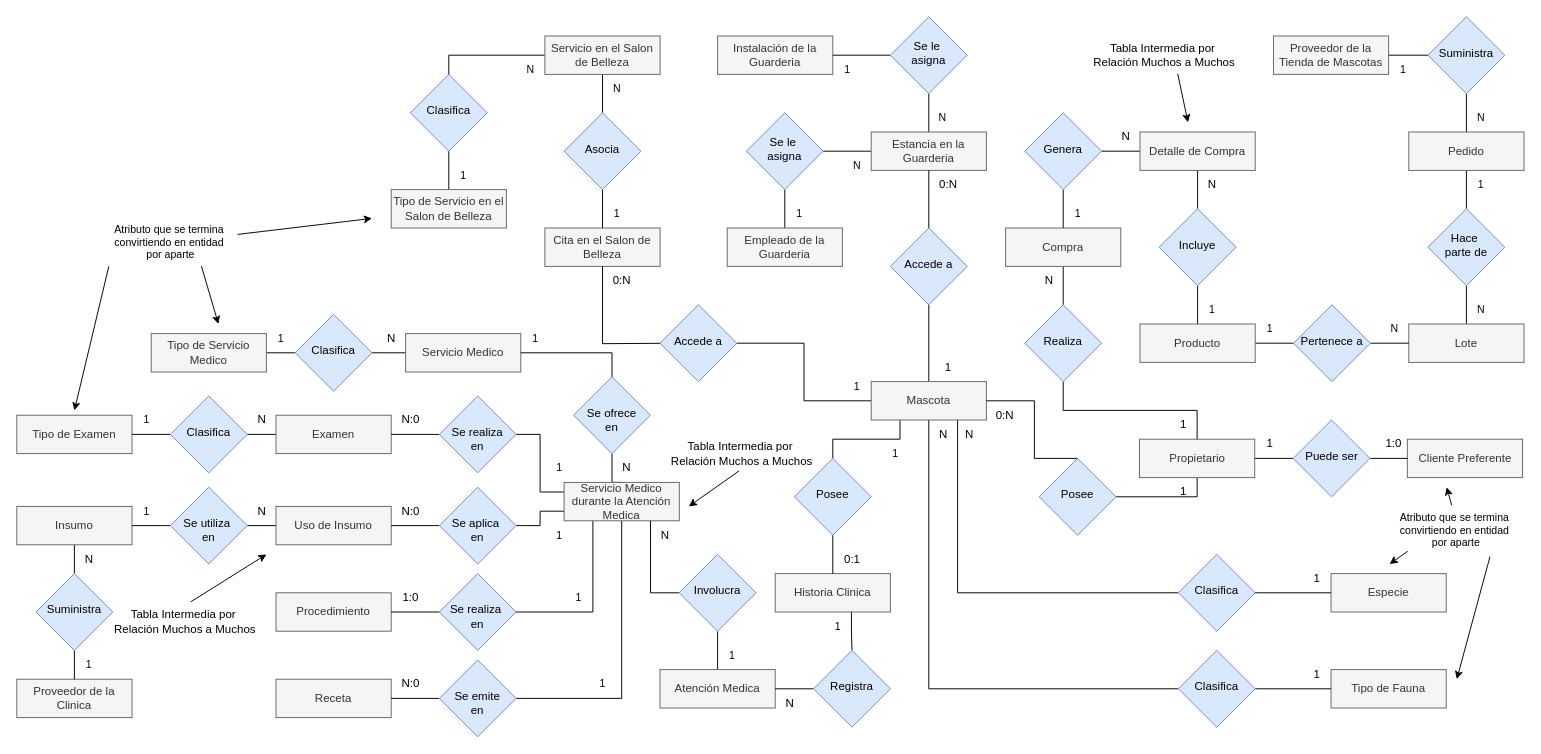
Earlier version of the draw.io diagram Diagrama Proyecto Final Bases de datos.drawio (JhonatanTH7/ProyectoFinal-BasesDeDatos-ITM). Source tidied: cells renumbered, new cells numbered last; positions are measured from the earlier drawing's top-left corner, leaving out a move shared by most shapes. Both pictures are drawn from the tidied source at 96%, with x=0, y=0 at pixel (16, 16).
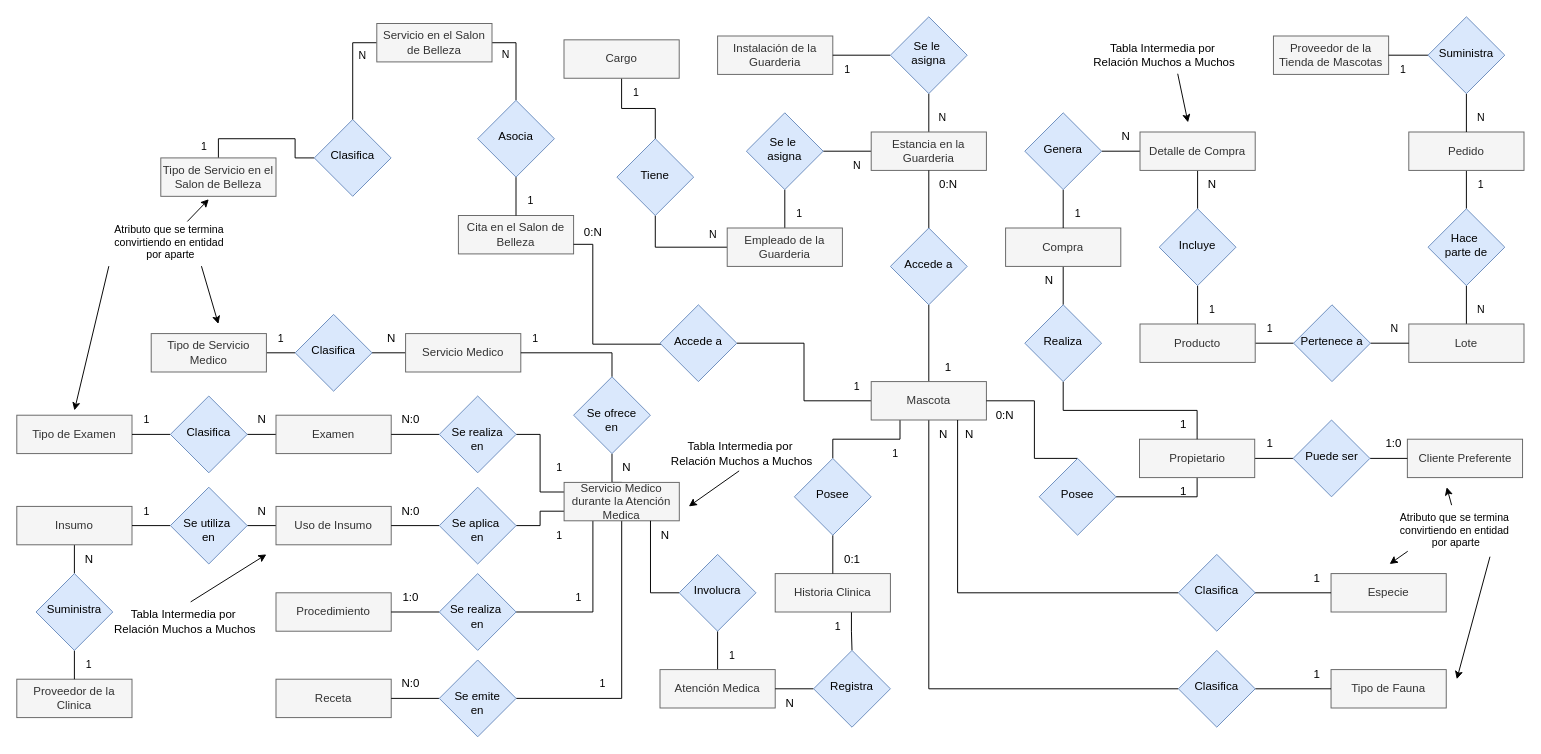
The same diagram, later.

The change refers to these unchanged cells:
```xml
<mxCell id="75" value="Empleado de la Guarderia" style="rounded=0;whiteSpace=wrap;html=1;fillColor=#f5f5f5;fontColor=#333333;strokeColor=#666666;" parent="1" vertex="1">
  <mxGeometry x="740" y="220" width="120" height="40" as="geometry" />
</mxCell>
<mxCell id="100" value="Atributo que se termina&amp;nbsp;&lt;div&gt;convirtiendo en entidad&amp;nbsp;&lt;/div&gt;&lt;div&gt;por aparte&lt;/div&gt;" style="text;html=1;align=center;verticalAlign=middle;points=[];strokeColor=none;fillColor=none;fontFamily=Helvetica;fontSize=11;fontColor=default;labelBackgroundColor=default;" parent="1" vertex="1">
  <mxGeometry x="90" y="210" width="140" height="50" as="geometry" />
</mxCell>
```

What changed in the source:
```diff
@@
-    <mxCell id="70" style="edgeStyle=orthogonalEdgeStyle;shape=connector;rounded=0;jettySize=auto;html=1;exitX=0.5;exitY=1;exitDx=0;exitDy=0;entryX=0.5;entryY=0;entryDx=0;entryDy=0;strokeColor=default;align=center;verticalAlign=middle;fontFamily=Helvetica;fontSize=11;fontColor=default;labelBackgroundColor=default;endArrow=none;endFill=0;" parent="1" edge="1" source="71" target="73">
+    <mxCell id="70" style="edgeStyle=orthogonalEdgeStyle;shape=connector;rounded=0;jettySize=auto;html=1;exitX=0;exitY=0.5;exitDx=0;exitDy=0;entryX=0.5;entryY=0;entryDx=0;entryDy=0;strokeColor=default;align=center;verticalAlign=middle;fontFamily=Helvetica;fontSize=11;fontColor=default;labelBackgroundColor=default;endArrow=none;endFill=0;" parent="1" edge="1" source="71" target="73">
       <mxGeometry relative="1" as="geometry" />
     </mxCell>
     <mxCell id="71" value="Clasifica" style="rhombus;whiteSpace=wrap;html=1;shadow=0;fontFamily=Helvetica;fontSize=12;align=center;strokeWidth=1;spacing=6;spacingTop=-4;fillColor=#dae8fc;strokeColor=#6c8ebf;rounded=0;" parent="1" vertex="1">
-      <mxGeometry x="410" y="60" width="80" height="80" as="geometry" />
+      <mxGeometry x="309.9" y="107" width="80" height="80" as="geometry" />
     </mxCell>
     <mxCell id="72" value="Cita en el Salon de Belleza" style="rounded=0;whiteSpace=wrap;html=1;fillColor=#f5f5f5;fontColor=#333333;strokeColor=#666666;" parent="1" vertex="1">
-      <mxGeometry x="550.1" y="220" width="120" height="40" as="geometry" />
+      <mxGeometry x="460" y="207" width="120" height="40" as="geometry" />
     </mxCell>
     <mxCell id="73" value="Tipo de Servicio en el Salon de Belleza" style="rounded=0;whiteSpace=wrap;html=1;fillColor=#f5f5f5;fontColor=#333333;strokeColor=#666666;" parent="1" vertex="1">
-      <mxGeometry x="390" y="180" width="120" height="40" as="geometry" />
+      <mxGeometry x="150" y="147" width="120" height="40" as="geometry" />
     </mxCell>
@@
+    <mxCell id="185" style="edgeStyle=orthogonalEdgeStyle;rounded=0;jettySize=auto;html=1;exitX=0;exitY=0.5;exitDx=0;exitDy=0;entryX=0.5;entryY=1;entryDx=0;entryDy=0;endArrow=none;endFill=0;" parent="1" edge="1" source="75" target="186">
+      <mxGeometry relative="1" as="geometry" />
+    </mxCell>
@@
-    <mxCell id="76" style="edgeStyle=orthogonalEdgeStyle;shape=connector;rounded=0;jettySize=auto;html=1;exitX=0.5;exitY=1;exitDx=0;exitDy=0;entryX=0.5;entryY=0;entryDx=0;entryDy=0;strokeColor=default;align=center;verticalAlign=middle;fontFamily=Helvetica;fontSize=11;fontColor=default;labelBackgroundColor=default;endArrow=none;endFill=0;" parent="1" edge="1" source="78" target="84">
+    <mxCell id="76" style="edgeStyle=orthogonalEdgeStyle;shape=connector;rounded=0;jettySize=auto;html=1;exitX=1;exitY=0.5;exitDx=0;exitDy=0;entryX=0.5;entryY=0;entryDx=0;entryDy=0;strokeColor=default;align=center;verticalAlign=middle;fontFamily=Helvetica;fontSize=11;fontColor=default;labelBackgroundColor=default;endArrow=none;endFill=0;" parent="1" edge="1" source="78" target="84">
       <mxGeometry relative="1" as="geometry" />
     </mxCell>
@@
     <mxCell id="78" value="Servicio en el Salon de Belleza" style="rounded=0;whiteSpace=wrap;html=1;fillColor=#f5f5f5;fontColor=#333333;strokeColor=#666666;" parent="1" vertex="1">
-      <mxGeometry x="550.1" y="20" width="120" height="40" as="geometry" />
+      <mxGeometry x="375" y="7" width="120" height="40" as="geometry" />
     </mxCell>
@@
     <mxCell id="84" value="Asocia" style="rhombus;whiteSpace=wrap;html=1;shadow=0;fontFamily=Helvetica;fontSize=12;align=center;strokeWidth=1;spacing=6;spacingTop=-4;fillColor=#dae8fc;strokeColor=#6c8ebf;rounded=0;" parent="1" vertex="1">
-      <mxGeometry x="570.1" y="100" width="80" height="80" as="geometry" />
+      <mxGeometry x="480" y="87" width="80" height="80" as="geometry" />
     </mxCell>
-    <mxCell id="85" style="edgeStyle=orthogonalEdgeStyle;shape=connector;rounded=0;jettySize=auto;html=1;exitX=0;exitY=0.5;exitDx=0;exitDy=0;entryX=0.5;entryY=1;entryDx=0;entryDy=0;strokeColor=default;align=center;verticalAlign=middle;fontFamily=Helvetica;fontSize=11;fontColor=default;labelBackgroundColor=default;endArrow=none;endFill=0;" parent="1" edge="1" target="72">
+    <mxCell id="85" style="edgeStyle=orthogonalEdgeStyle;shape=connector;rounded=0;jettySize=auto;html=1;exitX=0;exitY=0.5;exitDx=0;exitDy=0;entryX=1;entryY=0.75;entryDx=0;entryDy=0;strokeColor=default;align=center;verticalAlign=middle;fontFamily=Helvetica;fontSize=11;fontColor=default;labelBackgroundColor=default;endArrow=none;endFill=0;" parent="1" edge="1" target="72">
       <mxGeometry relative="1" as="geometry">
         <mxPoint x="690.1" y="340" as="sourcePoint" />
+        <Array as="points">
+          <mxPoint x="690" y="341" />
+          <mxPoint x="600" y="341" />
+          <mxPoint x="600" y="237" />
+        </Array>
       </mxGeometry>
     </mxCell>
@@
     <mxCell id="93" value="0:N" style="text;html=1;align=center;verticalAlign=middle;strokeColor=none;fillColor=none;rounded=0;" parent="1" vertex="1">
-      <mxGeometry x="610.1" y="260" width="40" height="30" as="geometry" />
+      <mxGeometry x="580.1" y="210" width="40" height="30" as="geometry" />
     </mxCell>
@@
-    <mxCell id="101" style="endArrow=classic;html=1;rounded=0;strokeColor=default;align=center;verticalAlign=middle;fontFamily=Helvetica;fontSize=11;fontColor=default;labelBackgroundColor=default;" parent="1" edge="1" source="100">
+    <mxCell id="101" style="endArrow=classic;html=1;rounded=0;strokeColor=default;align=center;verticalAlign=middle;fontFamily=Helvetica;fontSize=11;fontColor=default;labelBackgroundColor=default;exitX=0.626;exitY=0.064;exitDx=0;exitDy=0;exitPerimeter=0;" parent="1" edge="1" source="100">
       <mxGeometry relative="1" as="geometry">
-        <mxPoint x="370" y="210" as="targetPoint" />
+        <mxPoint x="200" y="190" as="targetPoint" />
       </mxGeometry>
     </mxCell>
     <mxCell id="102" value="1" style="text;html=1;align=center;verticalAlign=middle;strokeColor=none;fillColor=none;fontFamily=Helvetica;fontSize=11;fontColor=default;labelBackgroundColor=default;" parent="1" vertex="1">
-      <mxGeometry x="450" y="150" width="30" height="30" as="geometry" />
+      <mxGeometry x="180" y="120" width="30" height="30" as="geometry" />
     </mxCell>
     <mxCell id="103" value="N" style="text;html=1;align=center;verticalAlign=middle;strokeColor=none;fillColor=none;fontFamily=Helvetica;fontSize=11;fontColor=default;labelBackgroundColor=default;" parent="1" vertex="1">
-      <mxGeometry x="520.1" y="40" width="30" height="30" as="geometry" />
+      <mxGeometry x="345" y="25" width="30" height="30" as="geometry" />
     </mxCell>
     <mxCell id="104" value="N" style="text;html=1;align=center;verticalAlign=middle;strokeColor=none;fillColor=none;fontFamily=Helvetica;fontSize=11;fontColor=default;labelBackgroundColor=default;" parent="1" vertex="1">
-      <mxGeometry x="610.1" y="60" width="30" height="30" as="geometry" />
+      <mxGeometry x="494" y="24" width="30" height="30" as="geometry" />
     </mxCell>
     <mxCell id="105" value="1" style="text;html=1;align=center;verticalAlign=middle;strokeColor=none;fillColor=none;fontFamily=Helvetica;fontSize=11;fontColor=default;labelBackgroundColor=default;" parent="1" vertex="1">
-      <mxGeometry x="610.1" y="190" width="30" height="30" as="geometry" />
+      <mxGeometry x="520" y="177" width="30" height="30" as="geometry" />
     </mxCell>
@@
+    <mxCell id="186" value="Tiene" style="rhombus;whiteSpace=wrap;html=1;shadow=0;fontFamily=Helvetica;fontSize=12;align=center;strokeWidth=1;spacing=6;spacingTop=-4;fillColor=#dae8fc;strokeColor=#6c8ebf;rounded=0;" parent="1" vertex="1">
+      <mxGeometry x="625.1" y="127" width="80" height="80" as="geometry" />
+    </mxCell>
+    <mxCell id="187" style="edgeStyle=orthogonalEdgeStyle;shape=connector;rounded=0;jettySize=auto;html=1;exitX=0.5;exitY=1;exitDx=0;exitDy=0;entryX=0.5;entryY=0;entryDx=0;entryDy=0;strokeColor=default;align=center;verticalAlign=middle;fontFamily=Helvetica;fontSize=11;fontColor=default;labelBackgroundColor=default;endArrow=none;endFill=0;" parent="1" edge="1" source="188" target="186">
+      <mxGeometry relative="1" as="geometry" />
+    </mxCell>
+    <mxCell id="188" value="Cargo" style="rounded=0;whiteSpace=wrap;html=1;fillColor=#f5f5f5;fontColor=#333333;strokeColor=#666666;" parent="1" vertex="1">
+      <mxGeometry x="570" y="24" width="120" height="40" as="geometry" />
+    </mxCell>
+    <mxCell id="189" value="1" style="text;html=1;align=center;verticalAlign=middle;strokeColor=none;fillColor=none;fontFamily=Helvetica;fontSize=11;fontColor=default;labelBackgroundColor=default;" parent="1" vertex="1">
+      <mxGeometry x="630.1" y="64" width="30" height="30" as="geometry" />
+    </mxCell>
+    <mxCell id="190" value="N" style="text;html=1;align=center;verticalAlign=middle;strokeColor=none;fillColor=none;fontFamily=Helvetica;fontSize=11;fontColor=default;labelBackgroundColor=default;" parent="1" vertex="1">
+      <mxGeometry x="710" y="212" width="30" height="30" as="geometry" />
+    </mxCell>
```
